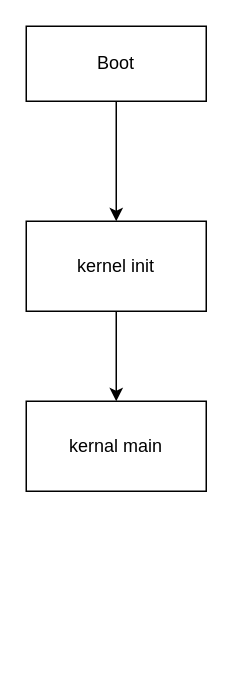
The draw.io diagram doc/flowchart.drawio in Giully314/amelia, before the edit. Source tidied: cells renumbered, new cells numbered last; positions are measured from the earlier drawing's top-left corner, leaving out a move shared by most shapes. Both pictures are drawn from the tidied source at 150%, with x=0, y=0 at pixel (26, 26).
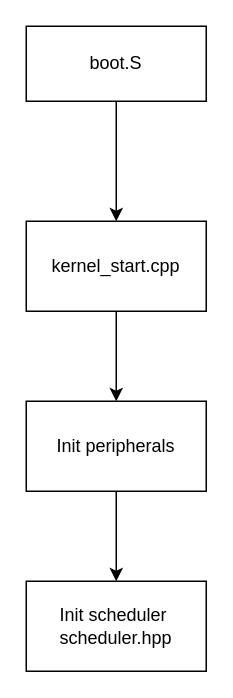
After the change.

Diff of the diagram source:
```diff
@@
 <mxGraphModel>
   <root>
     <mxCell id="0" />
     <mxCell id="1" parent="0" />
     <mxCell id="2" style="edgeStyle=none;html=1;entryX=0.5;entryY=0;entryDx=0;entryDy=0;" parent="1" edge="1" source="3" target="5">
       <mxGeometry relative="1" as="geometry" />
     </mxCell>
-    <mxCell id="3" value="Boot" style="rounded=0;whiteSpace=wrap;html=1;" parent="1" vertex="1">
+    <mxCell id="3" value="boot.S" style="rounded=0;whiteSpace=wrap;html=1;" parent="1" vertex="1">
       <mxGeometry width="120" height="50" as="geometry" />
     </mxCell>
     <mxCell id="4" style="edgeStyle=none;html=1;entryX=0.5;entryY=0;entryDx=0;entryDy=0;" parent="1" edge="1" source="5" target="6">
       <mxGeometry relative="1" as="geometry" />
     </mxCell>
-    <mxCell id="5" value="kernel init" style="rounded=0;whiteSpace=wrap;html=1;" parent="1" vertex="1">
+    <mxCell id="5" value="kernel_start.cpp" style="rounded=0;whiteSpace=wrap;html=1;" parent="1" vertex="1">
       <mxGeometry y="130" width="120" height="60" as="geometry" />
     </mxCell>
+    <mxCell id="7" style="edgeStyle=none;html=1;" parent="1" edge="1" source="6">
+      <mxGeometry relative="1" as="geometry">
+        <mxPoint x="60" y="370" as="targetPoint" />
+      </mxGeometry>
+    </mxCell>
-    <mxCell id="6" value="kernal main" style="rounded=0;whiteSpace=wrap;html=1;" parent="1" vertex="1">
+    <mxCell id="6" value="Init peripherals" style="rounded=0;whiteSpace=wrap;html=1;" parent="1" vertex="1">
       <mxGeometry y="250" width="120" height="60" as="geometry" />
     </mxCell>
+    <mxCell id="8" value="Init scheduler&amp;nbsp;&lt;div&gt;scheduler.hpp&lt;/div&gt;" style="rounded=0;whiteSpace=wrap;html=1;" parent="1" vertex="1">
+      <mxGeometry y="370" width="120" height="60" as="geometry" />
+    </mxCell>
   </root>
 </mxGraphModel>
```
